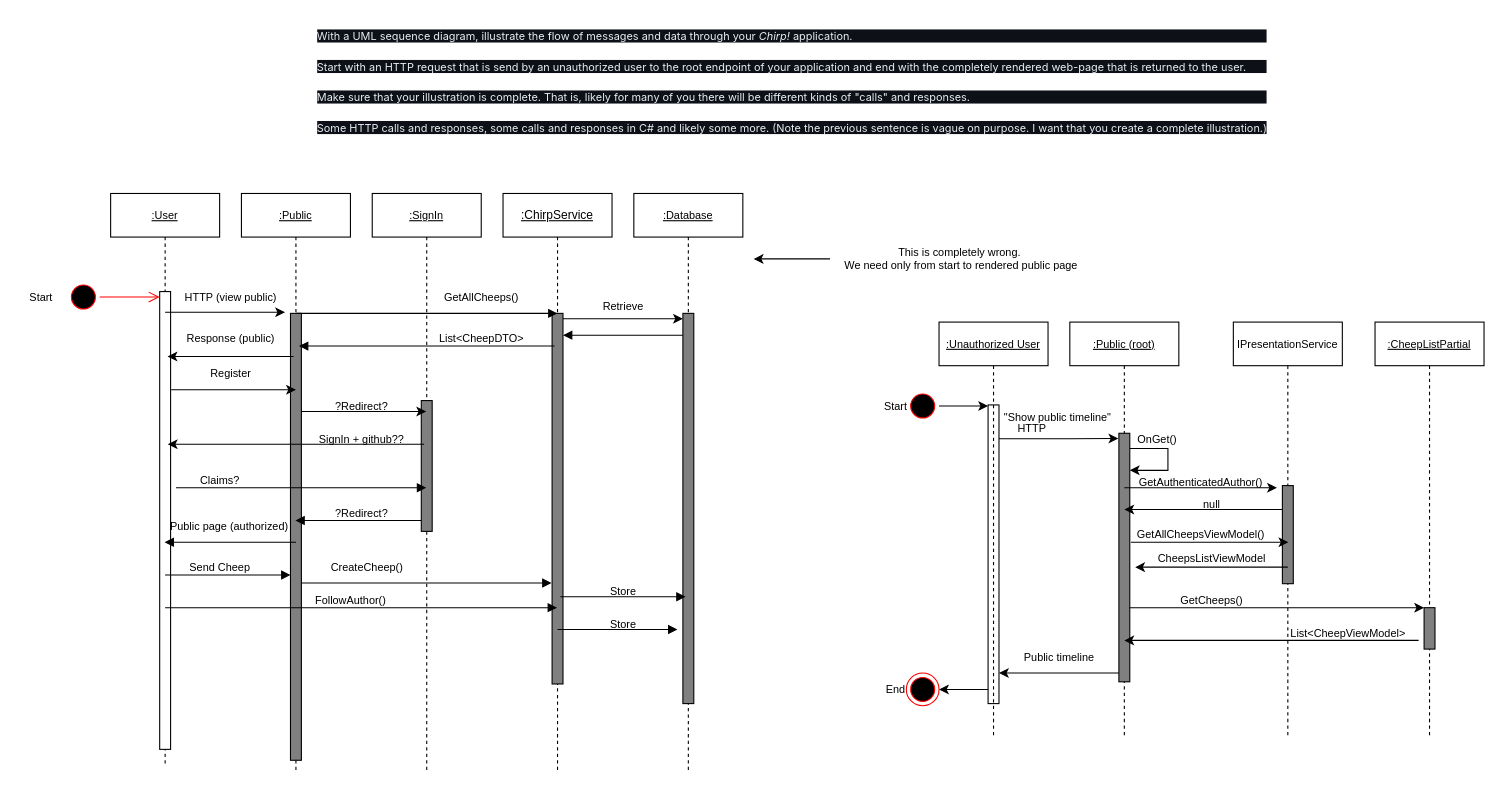
This is docs/images/SequenceOfFunctionality.drawio from ITU-BDSA23-GROUP22/Chirp, a draw.io file, before an edit. Source tidied: cells renumbered, new cells numbered last; positions are measured from the earlier drawing's top-left corner, leaving out a move shared by most shapes. Both pictures are drawn from the tidied source at 109%, with x=0, y=0 at pixel (19, 19).
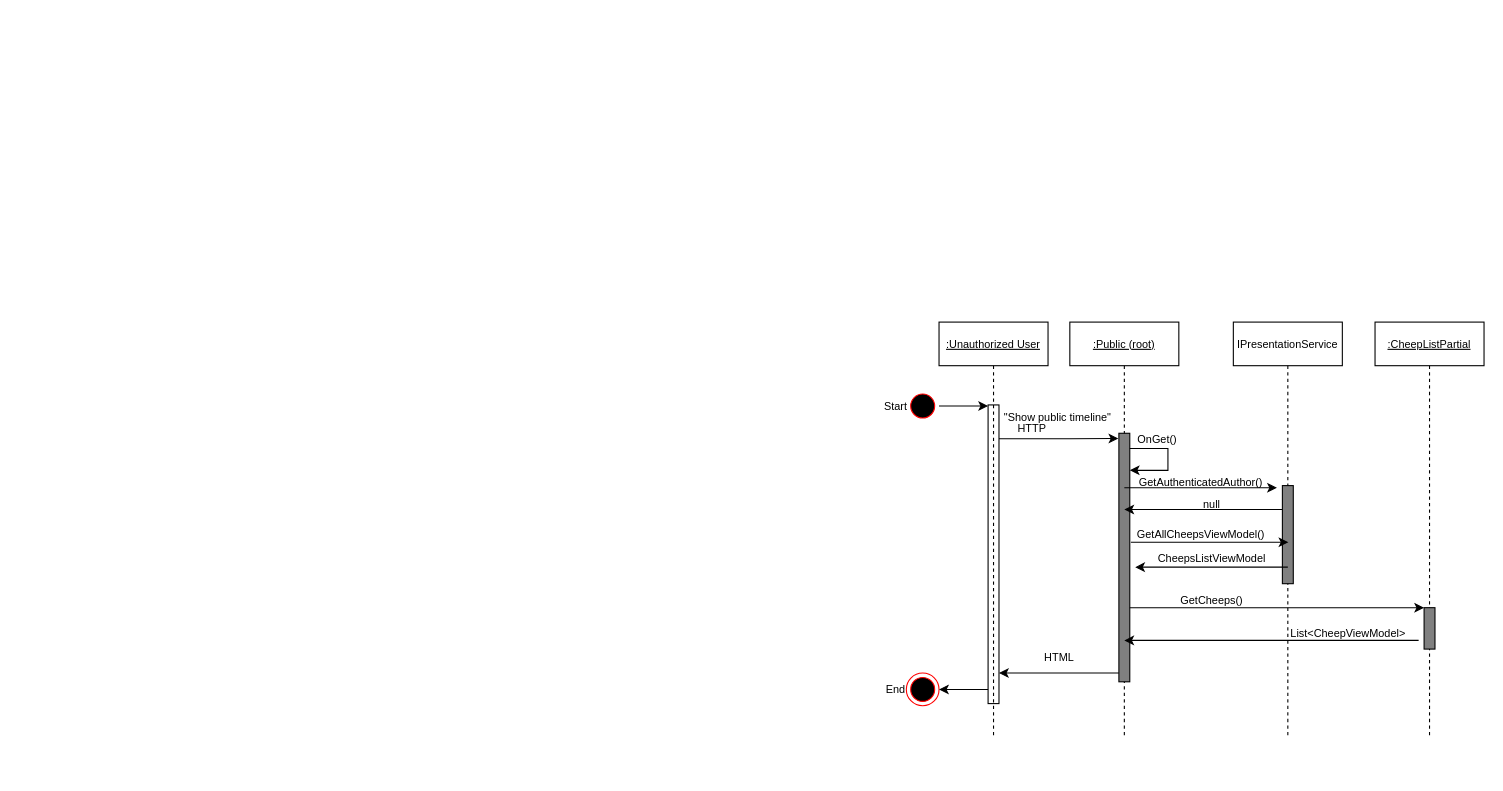
Above is the later version.

The edit, as a diff of the source:
```diff
@@
-    <mxCell id="2" value="&lt;p style=&quot;box-sizing: border-box; margin-top: 0px; margin-bottom: 16px; color: rgb(230, 237, 243); font-family: -apple-system, BlinkMacSystemFont, &amp;quot;Segoe UI&amp;quot;, &amp;quot;Noto Sans&amp;quot;, Helvetica, Arial, sans-serif, &amp;quot;Apple Color Emoji&amp;quot;, &amp;quot;Segoe UI Emoji&amp;quot;; font-size: 10px; text-align: start; background-color: rgb(13, 17, 23);&quot; dir=&quot;auto&quot;&gt;With a UML sequence diagram, illustrate the flow of messages and data through your&amp;nbsp;&lt;em style=&quot;box-sizing: border-box; font-size: 10px;&quot;&gt;Chirp!&lt;/em&gt;&amp;nbsp;application.&amp;nbsp;&lt;/p&gt;&lt;p style=&quot;box-sizing: border-box; margin-top: 0px; margin-bottom: 16px; color: rgb(230, 237, 243); font-family: -apple-system, BlinkMacSystemFont, &amp;quot;Segoe UI&amp;quot;, &amp;quot;Noto Sans&amp;quot;, Helvetica, Arial, sans-serif, &amp;quot;Apple Color Emoji&amp;quot;, &amp;quot;Segoe UI Emoji&amp;quot;; font-size: 10px; text-align: start; background-color: rgb(13, 17, 23);&quot; dir=&quot;auto&quot;&gt;Start with an HTTP request that is send by an unauthorized user to the root endpoint of your application and end with the completely rendered web-page that is returned to the user.&lt;/p&gt;&lt;p style=&quot;box-sizing: border-box; margin-top: 0px; margin-bottom: 16px; color: rgb(230, 237, 243); font-family: -apple-system, BlinkMacSystemFont, &amp;quot;Segoe UI&amp;quot;, &amp;quot;Noto Sans&amp;quot;, Helvetica, Arial, sans-serif, &amp;quot;Apple Color Emoji&amp;quot;, &amp;quot;Segoe UI Emoji&amp;quot;; font-size: 10px; text-align: start; background-color: rgb(13, 17, 23);&quot; dir=&quot;auto&quot;&gt;Make sure that your illustration is complete. That is, likely for many of you there will be different kinds of &quot;calls&quot; and responses.&amp;nbsp;&lt;/p&gt;&lt;p style=&quot;box-sizing: border-box; margin-top: 0px; margin-bottom: 16px; color: rgb(230, 237, 243); font-family: -apple-system, BlinkMacSystemFont, &amp;quot;Segoe UI&amp;quot;, &amp;quot;Noto Sans&amp;quot;, Helvetica, Arial, sans-serif, &amp;quot;Apple Color Emoji&amp;quot;, &amp;quot;Segoe UI Emoji&amp;quot;; font-size: 10px; text-align: start; background-color: rgb(13, 17, 23);&quot; dir=&quot;auto&quot;&gt;Some HTTP calls and responses, some calls and responses in C# and likely some more. (Note the previous sentence is vague on purpose. I want that you create a complete illustration.)&lt;/p&gt;" style="text;html=1;align=center;verticalAlign=middle;strokeColor=none;fillColor=none;fontSize=10;" parent="1" vertex="1">
-      <mxGeometry x="294" width="830" height="130" as="geometry" />
-    </mxCell>
-    <mxCell id="3" value="&lt;u style=&quot;font-size: 10px;&quot;&gt;:Public&lt;/u&gt;" style="shape=umlLifeline;perimeter=lifelinePerimeter;whiteSpace=wrap;html=1;outlineConnect=0;portConstraint=eastwest;newEdgeStyle={&quot;edgeStyle&quot;:&quot;elbowEdgeStyle&quot;,&quot;elbow&quot;:&quot;vertical&quot;,&quot;curved&quot;:0,&quot;rounded&quot;:0};fontSize=10;" parent="1" vertex="1">
-      <mxGeometry x="204" y="160" width="100" height="530" as="geometry" />
-    </mxCell>
-    <mxCell id="4" style="html=1;points=[[0,0,0,0,5],[0,1,0,0,-5],[1,0,0,0,5],[1,1,0,0,-5]];perimeter=orthogonalPerimeter;outlineConnect=0;targetShapes=umlLifeline;portConstraint=eastwest;newEdgeStyle={&quot;curved&quot;:0,&quot;rounded&quot;:0};fillColor=#808080;fontSize=10;" parent="3" vertex="1">
-      <mxGeometry x="45" y="110" width="10" height="410" as="geometry" />
-    </mxCell>
-    <mxCell id="5" value="&lt;u style=&quot;font-size: 10px;&quot;&gt;:User&lt;/u&gt;" style="shape=umlLifeline;perimeter=lifelinePerimeter;whiteSpace=wrap;html=1;outlineConnect=0;portConstraint=eastwest;newEdgeStyle={&quot;edgeStyle&quot;:&quot;elbowEdgeStyle&quot;,&quot;elbow&quot;:&quot;vertical&quot;,&quot;curved&quot;:0,&quot;rounded&quot;:0};fontSize=10;" parent="1" vertex="1">
-      <mxGeometry x="84" y="160" width="100" height="525" as="geometry" />
-    </mxCell>
-    <mxCell id="6" style="edgeStyle=none;shape=connector;rounded=0;jettySize=auto;html=1;curved=0;labelBackgroundColor=default;strokeColor=default;align=center;verticalAlign=middle;fontFamily=Helvetica;fontSize=10;fontColor=default;endArrow=classic;" parent="5" edge="1" source="7" target="5">
-      <mxGeometry relative="1" as="geometry" />
-    </mxCell>
-    <mxCell id="7" style="html=1;points=[[0,0,0,0,5],[0,1,0,0,-5],[1,0,0,0,5],[1,1,0,0,-5]];perimeter=orthogonalPerimeter;outlineConnect=0;targetShapes=umlLifeline;portConstraint=eastwest;newEdgeStyle={&quot;curved&quot;:0,&quot;rounded&quot;:0};fontSize=10;" parent="5" vertex="1">
-      <mxGeometry x="45" y="90" width="10" height="420" as="geometry" />
-    </mxCell>
-    <mxCell id="8" style="ellipse;html=1;shape=startState;fillColor=#000000;strokeColor=#ff0000;fontSize=10;" parent="1" vertex="1">
-      <mxGeometry x="44" y="240" width="30" height="30" as="geometry" />
-    </mxCell>
-    <mxCell id="9" style="html=1;verticalAlign=bottom;endArrow=open;endSize=8;strokeColor=#ff0000;rounded=0;fontSize=10;" parent="1" edge="1" source="8" target="7">
-      <mxGeometry relative="1" as="geometry" />
-    </mxCell>
-    <mxCell id="10" value="Start" style="text;html=1;align=center;verticalAlign=middle;strokeColor=none;fillColor=none;fontSize=10;" parent="1" vertex="1">
-      <mxGeometry y="240" width="40" height="30" as="geometry" />
-    </mxCell>
-    <mxCell id="11" style="rounded=0;orthogonalLoop=1;jettySize=auto;html=1;fontSize=10;" parent="1" edge="1">
-      <mxGeometry relative="1" as="geometry">
-        <mxPoint x="134" y="269" as="sourcePoint" />
-        <mxPoint x="244" y="269" as="targetPoint" />
-      </mxGeometry>
-    </mxCell>
-    <mxCell id="12" value="HTTP (view public)" style="text;html=1;align=center;verticalAlign=middle;strokeColor=none;fillColor=none;fontSize=10;" parent="1" vertex="1">
-      <mxGeometry x="139" y="240" width="110" height="30" as="geometry" />
-    </mxCell>
-    <mxCell id="13" style="rounded=0;orthogonalLoop=1;jettySize=auto;html=1;fontSize=10;" parent="1" edge="1">
-      <mxGeometry relative="1" as="geometry">
-        <mxPoint x="251.8" y="309.5" as="sourcePoint" />
-        <mxPoint x="136.2" y="309.5" as="targetPoint" />
-      </mxGeometry>
-    </mxCell>
-    <mxCell id="14" value="Response (public)" style="text;html=1;align=center;verticalAlign=middle;strokeColor=none;fillColor=none;fontSize=10;" parent="1" vertex="1">
-      <mxGeometry x="144" y="278" width="100" height="30" as="geometry" />
-    </mxCell>
-    <mxCell id="15" style="rounded=0;orthogonalLoop=1;jettySize=auto;html=1;fontSize=10;" parent="1" edge="1">
-      <mxGeometry relative="1" as="geometry">
-        <mxPoint x="139.5" y="340" as="sourcePoint" />
-        <mxPoint x="254" y="340" as="targetPoint" />
-      </mxGeometry>
-    </mxCell>
-    <mxCell id="16" value="Register" style="text;html=1;align=center;verticalAlign=middle;strokeColor=none;fillColor=none;fontSize=10;fontFamily=Helvetica;fontColor=default;" parent="1" vertex="1">
-      <mxGeometry x="164" y="310" width="60" height="30" as="geometry" />
-    </mxCell>
-    <mxCell id="17" value="&lt;u style=&quot;font-size: 10px;&quot;&gt;:SignIn&lt;/u&gt;" style="shape=umlLifeline;perimeter=lifelinePerimeter;whiteSpace=wrap;html=1;outlineConnect=0;portConstraint=eastwest;newEdgeStyle={&quot;edgeStyle&quot;:&quot;elbowEdgeStyle&quot;,&quot;elbow&quot;:&quot;vertical&quot;,&quot;curved&quot;:0,&quot;rounded&quot;:0};fontFamily=Helvetica;fontSize=10;fontColor=default;" parent="1" vertex="1">
-      <mxGeometry x="324" y="160" width="100" height="530" as="geometry" />
-    </mxCell>
-    <mxCell id="18" style="html=1;perimeter=orthogonalPerimeter;targetShapes=umlLifeline;newEdgeStyle={&quot;curved&quot;:0,&quot;rounded&quot;:0};fillColor=#808080;fontSize=10;" parent="17" vertex="1">
-      <mxGeometry x="45" y="190" width="10" height="120" as="geometry" />
-    </mxCell>
-    <mxCell id="19" style="edgeStyle=none;shape=connector;rounded=0;jettySize=auto;html=1;curved=0;labelBackgroundColor=default;strokeColor=default;align=center;verticalAlign=middle;fontFamily=Helvetica;fontSize=10;fontColor=default;endArrow=classic;" parent="1" edge="1" source="4" target="17">
-      <mxGeometry relative="1" as="geometry">
-        <Array as="points">
-          <mxPoint x="324" y="360" />
-        </Array>
-      </mxGeometry>
-    </mxCell>
-    <mxCell id="20" style="edgeStyle=none;shape=connector;rounded=0;orthogonalLoop=1;jettySize=auto;html=1;curved=0;labelBackgroundColor=default;strokeColor=default;align=center;verticalAlign=middle;fontFamily=Helvetica;fontSize=10;fontColor=default;endArrow=classic;" parent="1" edge="1">
-      <mxGeometry relative="1" as="geometry">
-        <mxPoint x="371.6" y="390" as="sourcePoint" />
-        <mxPoint x="136.4" y="390" as="targetPoint" />
-      </mxGeometry>
-    </mxCell>
-    <mxCell id="21" value="?Redirect?" style="text;html=1;align=center;verticalAlign=middle;strokeColor=none;fillColor=none;fontSize=10;fontFamily=Helvetica;fontColor=default;" parent="1" vertex="1">
-      <mxGeometry x="279" y="340" width="70" height="30" as="geometry" />
-    </mxCell>
-    <mxCell id="22" value="SignIn + github??" style="text;html=1;align=center;verticalAlign=middle;strokeColor=none;fillColor=none;fontSize=10;fontFamily=Helvetica;fontColor=default;" parent="1" vertex="1">
-      <mxGeometry x="264" y="370" width="100" height="30" as="geometry" />
-    </mxCell>
-    <mxCell id="23" style="html=1;verticalAlign=bottom;labelBackgroundColor=none;endArrow=block;endFill=1;rounded=0;strokeColor=default;align=center;fontFamily=Helvetica;fontSize=10;fontColor=default;shape=connector;" parent="1" edge="1" target="17">
-      <mxGeometry relative="1" as="geometry">
-        <mxPoint x="144" y="430" as="sourcePoint" />
-      </mxGeometry>
-    </mxCell>
-    <mxCell id="24" value="Claims?" style="text;html=1;align=center;verticalAlign=middle;strokeColor=none;fillColor=none;fontSize=10;fontFamily=Helvetica;fontColor=default;" parent="1" vertex="1">
-      <mxGeometry x="154" y="408" width="60" height="30" as="geometry" />
-    </mxCell>
-    <mxCell id="25" style="html=1;verticalAlign=bottom;labelBackgroundColor=none;endArrow=block;endFill=1;rounded=0;strokeColor=default;align=center;fontFamily=Helvetica;fontSize=10;fontColor=default;shape=connector;" parent="1" edge="1" target="3">
-      <mxGeometry relative="1" as="geometry">
-        <mxPoint x="369" y="460" as="sourcePoint" />
-      </mxGeometry>
-    </mxCell>
-    <mxCell id="26" value="?Redirect?" style="text;html=1;align=center;verticalAlign=middle;strokeColor=none;fillColor=none;fontSize=10;fontFamily=Helvetica;fontColor=default;" parent="1" vertex="1">
-      <mxGeometry x="279" y="438" width="70" height="30" as="geometry" />
-    </mxCell>
-    <mxCell id="27" style="html=1;verticalAlign=bottom;labelBackgroundColor=none;endArrow=block;endFill=1;rounded=0;strokeColor=default;align=center;fontFamily=Helvetica;fontSize=10;fontColor=default;shape=connector;" parent="1" edge="1" target="5">
-      <mxGeometry relative="1" as="geometry">
-        <mxPoint x="254" y="480" as="sourcePoint" />
-      </mxGeometry>
-    </mxCell>
-    <mxCell id="28" value="Public page (authorized)&amp;nbsp;" style="text;html=1;align=center;verticalAlign=middle;strokeColor=none;fillColor=none;fontSize=10;fontFamily=Helvetica;fontColor=default;" parent="1" vertex="1">
-      <mxGeometry x="129" y="450" width="130" height="30" as="geometry" />
-    </mxCell>
-    <mxCell id="29" value="&lt;u&gt;:ChirpService&lt;/u&gt;" style="shape=umlLifeline;perimeter=lifelinePerimeter;whiteSpace=wrap;html=1;outlineConnect=0;portConstraint=eastwest;newEdgeStyle={&quot;edgeStyle&quot;:&quot;elbowEdgeStyle&quot;,&quot;elbow&quot;:&quot;vertical&quot;,&quot;curved&quot;:0,&quot;rounded&quot;:0};fontFamily=Helvetica;fontSize=11;fontColor=default;" parent="1" vertex="1">
-      <mxGeometry x="444" y="160" width="100" height="531" as="geometry" />
-    </mxCell>
-    <mxCell id="30" style="html=1;points=[[0,0,0,0,5],[0,1,0,0,-5],[1,0,0,0,5],[1,1,0,0,-5]];perimeter=orthogonalPerimeter;outlineConnect=0;targetShapes=umlLifeline;portConstraint=eastwest;newEdgeStyle={&quot;curved&quot;:0,&quot;rounded&quot;:0};fillColor=#808080;fontSize=10;" parent="29" vertex="1">
-      <mxGeometry x="45" y="110" width="10" height="340" as="geometry" />
-    </mxCell>
-    <mxCell id="31" style="html=1;verticalAlign=bottom;labelBackgroundColor=none;endArrow=block;endFill=1;rounded=0;strokeColor=default;align=center;fontFamily=Helvetica;fontSize=11;fontColor=default;shape=connector;" parent="1" edge="1">
-      <mxGeometry relative="1" as="geometry">
-        <mxPoint x="259" y="517.3" as="sourcePoint" />
-        <mxPoint x="488.5" y="517.3" as="targetPoint" />
-      </mxGeometry>
-    </mxCell>
-    <mxCell id="32" value="&lt;font style=&quot;font-size: 10px;&quot;&gt;CreateCheep()&lt;/font&gt;" style="text;html=1;align=center;verticalAlign=middle;strokeColor=none;fillColor=none;fontSize=11;fontFamily=Helvetica;fontColor=default;" parent="1" vertex="1">
-      <mxGeometry x="274" y="488" width="90" height="30" as="geometry" />
-    </mxCell>
-    <mxCell id="33" value="&lt;u&gt;:Database&lt;/u&gt;" style="shape=umlLifeline;perimeter=lifelinePerimeter;whiteSpace=wrap;html=1;newEdgeStyle={&quot;edgeStyle&quot;:&quot;elbowEdgeStyle&quot;,&quot;elbow&quot;:&quot;vertical&quot;,&quot;curved&quot;:0,&quot;rounded&quot;:0};align=center;verticalAlign=middle;fontFamily=Helvetica;fontSize=10;fontColor=default;fillColor=none;gradientColor=none;" parent="1" vertex="1">
-      <mxGeometry x="564" y="160" width="100" height="530" as="geometry" />
-    </mxCell>
-    <mxCell id="34" style="html=1;points=[[0,0,0,0,5],[0,1,0,0,-5],[1,0,0,0,5],[1,1,0,0,-5]];perimeter=orthogonalPerimeter;outlineConnect=0;targetShapes=umlLifeline;portConstraint=eastwest;newEdgeStyle={&quot;curved&quot;:0,&quot;rounded&quot;:0};fillColor=#808080;fontSize=10;" parent="33" vertex="1">
-      <mxGeometry x="45" y="110" width="10" height="358" as="geometry" />
-    </mxCell>
-    <mxCell id="35" style="html=1;verticalAlign=bottom;labelBackgroundColor=none;endArrow=block;endFill=1;rounded=0;strokeColor=default;align=center;fontFamily=Helvetica;fontSize=10;fontColor=default;shape=connector;" parent="1" edge="1">
-      <mxGeometry relative="1" as="geometry">
-        <mxPoint x="496.5" y="530" as="sourcePoint" />
-        <mxPoint x="611.5" y="530" as="targetPoint" />
-      </mxGeometry>
-    </mxCell>
-    <mxCell id="36" value="Store" style="text;html=1;align=center;verticalAlign=middle;strokeColor=none;fillColor=none;fontSize=10;fontFamily=Helvetica;fontColor=default;rotation=0;" parent="1" vertex="1">
-      <mxGeometry x="529" y="510" width="50" height="30" as="geometry" />
-    </mxCell>
-    <mxCell id="37" style="html=1;verticalAlign=bottom;labelBackgroundColor=none;endArrow=block;endFill=1;rounded=0;strokeColor=default;align=center;fontFamily=Helvetica;fontSize=10;fontColor=default;shape=connector;" parent="1" edge="1">
-      <mxGeometry relative="1" as="geometry">
-        <mxPoint x="254" y="270" as="sourcePoint" />
-        <mxPoint x="494" y="270" as="targetPoint" />
-      </mxGeometry>
-    </mxCell>
-    <mxCell id="38" value="GetAllCheeps()" style="text;html=1;align=center;verticalAlign=middle;strokeColor=none;fillColor=none;fontSize=10;fontFamily=Helvetica;fontColor=default;" parent="1" vertex="1">
-      <mxGeometry x="379" y="240" width="90" height="30" as="geometry" />
-    </mxCell>
-    <mxCell id="39" value="Retrieve" style="text;html=1;align=center;verticalAlign=middle;strokeColor=none;fillColor=none;fontSize=10;fontFamily=Helvetica;fontColor=default;" parent="1" vertex="1">
-      <mxGeometry x="524" y="248" width="60" height="30" as="geometry" />
-    </mxCell>
-    <mxCell id="40" style="html=1;verticalAlign=bottom;labelBackgroundColor=none;endArrow=block;endFill=1;rounded=0;strokeColor=default;align=center;fontFamily=Helvetica;fontSize=10;fontColor=default;shape=connector;" parent="1" edge="1" source="34" target="30">
-      <mxGeometry relative="1" as="geometry">
-        <Array as="points">
-          <mxPoint x="574" y="290" />
-        </Array>
-      </mxGeometry>
-    </mxCell>
-    <mxCell id="41" style="edgeStyle=none;shape=connector;rounded=0;jettySize=auto;html=1;curved=0;exitX=1;exitY=0;exitDx=0;exitDy=5;exitPerimeter=0;labelBackgroundColor=default;strokeColor=default;align=center;verticalAlign=middle;fontFamily=Helvetica;fontSize=10;fontColor=default;endArrow=classic;" parent="1" edge="1" source="30" target="34">
-      <mxGeometry relative="1" as="geometry" />
-    </mxCell>
-    <mxCell id="42" style="html=1;verticalAlign=bottom;labelBackgroundColor=none;endArrow=block;endFill=1;rounded=0;strokeColor=default;align=center;fontFamily=Helvetica;fontSize=10;fontColor=default;shape=connector;" parent="1" edge="1">
-      <mxGeometry relative="1" as="geometry">
-        <mxPoint x="491.2" y="300" as="sourcePoint" />
-        <mxPoint x="256.8" y="300" as="targetPoint" />
-      </mxGeometry>
-    </mxCell>
-    <mxCell id="43" value="List&amp;lt;CheepDTO&amp;gt;" style="text;html=1;align=center;verticalAlign=middle;strokeColor=none;fillColor=none;fontSize=10;fontFamily=Helvetica;fontColor=default;" parent="1" vertex="1">
-      <mxGeometry x="374" y="278" width="100" height="30" as="geometry" />
-    </mxCell>
-    <mxCell id="44" style="html=1;verticalAlign=bottom;labelBackgroundColor=none;endArrow=block;endFill=1;rounded=0;strokeColor=default;align=center;fontFamily=Helvetica;fontSize=10;fontColor=default;shape=connector;" parent="1" edge="1" target="29">
-      <mxGeometry relative="1" as="geometry">
-        <mxPoint x="134" y="540" as="sourcePoint" />
-      </mxGeometry>
-    </mxCell>
-    <mxCell id="45" value="FollowAuthor()" style="text;html=1;align=center;verticalAlign=middle;strokeColor=none;fillColor=none;fontSize=10;fontFamily=Helvetica;fontColor=default;" parent="1" vertex="1">
-      <mxGeometry x="259" y="518" width="90" height="30" as="geometry" />
-    </mxCell>
-    <mxCell id="46" style="html=1;verticalAlign=bottom;labelBackgroundColor=none;endArrow=block;endFill=1;rounded=0;strokeColor=default;align=center;fontFamily=Helvetica;fontSize=10;fontColor=default;shape=connector;" parent="1" edge="1" target="4">
-      <mxGeometry relative="1" as="geometry">
-        <mxPoint x="134" y="510" as="sourcePoint" />
-        <Array as="points">
-          <mxPoint x="194" y="510" />
-        </Array>
-      </mxGeometry>
-    </mxCell>
-    <mxCell id="47" value="Send Cheep" style="text;html=1;align=center;verticalAlign=middle;strokeColor=none;fillColor=none;fontSize=10;fontFamily=Helvetica;fontColor=default;" parent="1" vertex="1">
-      <mxGeometry x="144" y="488" width="80" height="30" as="geometry" />
-    </mxCell>
-    <mxCell id="48" style="html=1;verticalAlign=bottom;labelBackgroundColor=none;endArrow=block;endFill=1;rounded=0;strokeColor=default;align=center;fontFamily=Helvetica;fontSize=10;fontColor=default;shape=connector;" parent="1" edge="1">
-      <mxGeometry relative="1" as="geometry">
-        <mxPoint x="494" y="560" as="sourcePoint" />
-        <mxPoint x="604" y="560" as="targetPoint" />
-      </mxGeometry>
-    </mxCell>
-    <mxCell id="49" value="Store" style="text;html=1;align=center;verticalAlign=middle;strokeColor=none;fillColor=none;fontSize=10;fontFamily=Helvetica;fontColor=default;" parent="1" vertex="1">
-      <mxGeometry x="529" y="540" width="50" height="30" as="geometry" />
-    </mxCell>
-    <mxCell id="50" style="edgeStyle=none;shape=connector;rounded=0;jettySize=auto;html=1;labelBackgroundColor=default;strokeColor=default;align=center;verticalAlign=middle;fontFamily=Helvetica;fontSize=10;fontColor=default;endArrow=classic;" parent="1" edge="1" source="51">
-      <mxGeometry relative="1" as="geometry">
-        <mxPoint x="674" y="220" as="targetPoint" />
-      </mxGeometry>
-    </mxCell>
-    <mxCell id="51" value="This is completely wrong.&amp;nbsp;&lt;br&gt;We need only from start to rendered public page" style="text;html=1;align=center;verticalAlign=middle;points=[];strokeColor=none;fillColor=none;fontSize=10;fontFamily=Helvetica;fontColor=default;" parent="1" vertex="1">
-      <mxGeometry x="744" y="200" width="240" height="40" as="geometry" />
-    </mxCell>
@@
-    <mxCell id="82" value="Public timeline" style="text;html=1;align=center;verticalAlign=middle;strokeColor=none;fillColor=none;fontSize=10;fontFamily=Helvetica;fontColor=default;" parent="1" vertex="1">
-      <mxGeometry x="909" y="570" width="90" height="30" as="geometry" />
+    <mxCell id="82" value="HTML" style="text;html=1;align=center;verticalAlign=middle;strokeColor=none;fillColor=none;fontSize=10;fontFamily=Helvetica;fontColor=default;" parent="1" vertex="1">
+      <mxGeometry x="929" y="570" width="50" height="30" as="geometry" />
     </mxCell>
```
